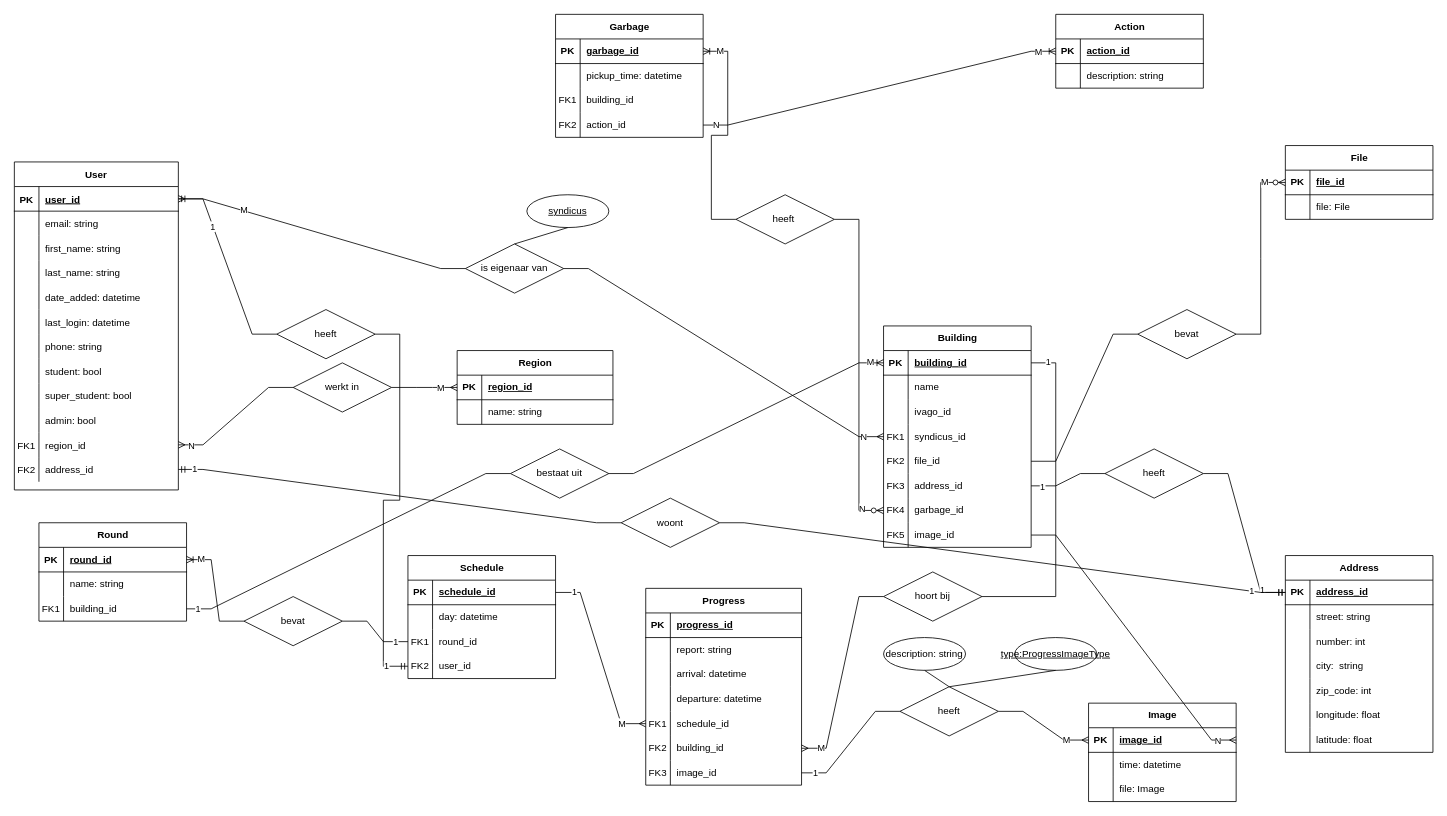
SELab-2/Dr-Trottoir-1 keeps this draw.io diagram as documentatie/drtrottoir.drawio. Above is the earlier version. Source tidied: cells renumbered, new cells numbered last; positions are measured from the earlier drawing's top-left corner, leaving out a move shared by most shapes. Both pictures are drawn from the tidied source at 82%, with x=0, y=0 at pixel (14, 14).
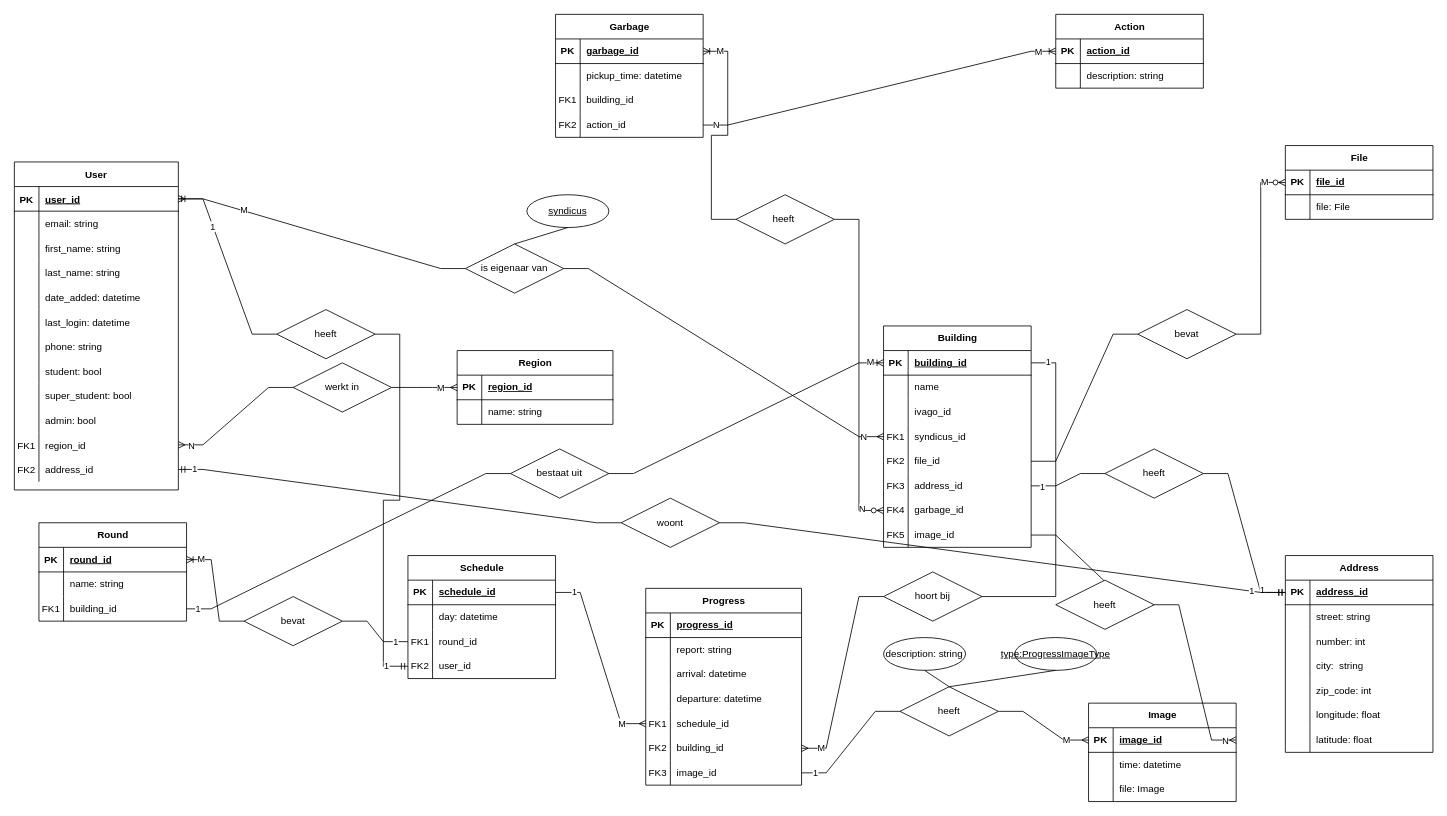
After the change.

Commit message:
fix: relation name

Unchanged cells that the change refers to:
```xml
<mxCell id="113" style="shape=tableRow;horizontal=0;startSize=0;swimlaneHead=0;swimlaneBody=0;fillColor=none;points=[[0,0.5],[1,0.5]];portConstraint=eastwest;top=0;left=0;right=0;bottom=0;" parent="91" vertex="1">
  <mxGeometry y="240" width="180" height="30" as="geometry" />
</mxCell>
<mxCell id="178" style="shape=tableRow;horizontal=0;startSize=0;swimlaneHead=0;swimlaneBody=0;fillColor=none;points=[[0,0.5],[1,0.5]];portConstraint=eastwest;top=0;left=0;right=0;bottom=1;" parent="177" vertex="1">
  <mxGeometry y="30" width="180" height="30" as="geometry" />
</mxCell>
```

What changed in the source:
```diff
@@
-    <mxCell id="241" style="edgeStyle=entityRelationEdgeStyle;fontSize=12;html=1;endArrow=ERmany;rounded=0;exitX=1;exitY=0.5;exitDx=0;exitDy=0;entryX=1;entryY=0.5;entryDx=0;entryDy=0;" parent="1" edge="1" source="113" target="178">
+    <mxCell id="241" style="edgeStyle=entityRelationEdgeStyle;fontSize=12;html=1;endArrow=ERmany;rounded=0;exitX=1;exitY=0.5;exitDx=0;exitDy=0;entryX=1;entryY=0.5;entryDx=0;entryDy=0;startArrow=none;" parent="1" edge="1" source="244" target="178">
       <mxGeometry relative="1" as="geometry" />
     </mxCell>
@@
+    <mxCell id="243" style="edgeStyle=entityRelationEdgeStyle;fontSize=12;html=1;endArrow=none;rounded=0;exitX=1;exitY=0.5;exitDx=0;exitDy=0;entryX=1;entryY=0.5;entryDx=0;entryDy=0;" parent="1" edge="1" source="113" target="244">
+      <mxGeometry relative="1" as="geometry" />
+    </mxCell>
+    <mxCell id="244" value="heeft" style="shape=rhombus;perimeter=rhombusPerimeter;whiteSpace=wrap;html=1;align=center;" parent="1" vertex="1">
+      <mxGeometry x="1270" y="690" width="120" height="60" as="geometry" />
+    </mxCell>
```
